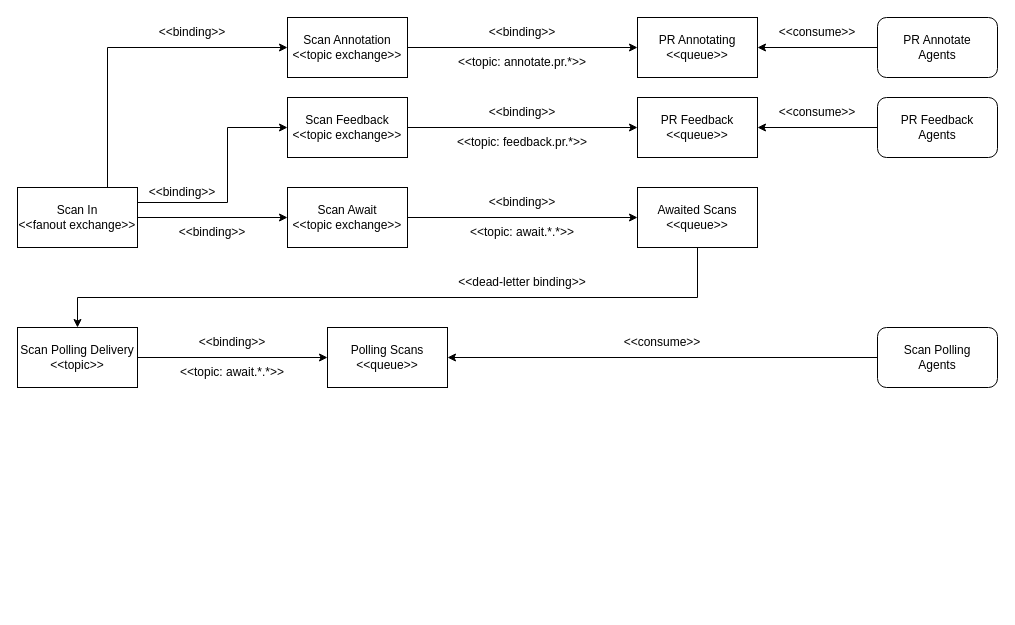
Earlier version of the draw.io diagram page "Queue" (3 of 6) of manual/graphics/cxoneflow-diagrams.drawio (checkmarx-ts/cxone-flow). Source tidied: cells renumbered, new cells numbered last; positions are measured from the earlier drawing's top-left corner, leaving out a move shared by most shapes. Both pictures are drawn from the tidied source at 100%, with x=0, y=0 at pixel (17, 17).
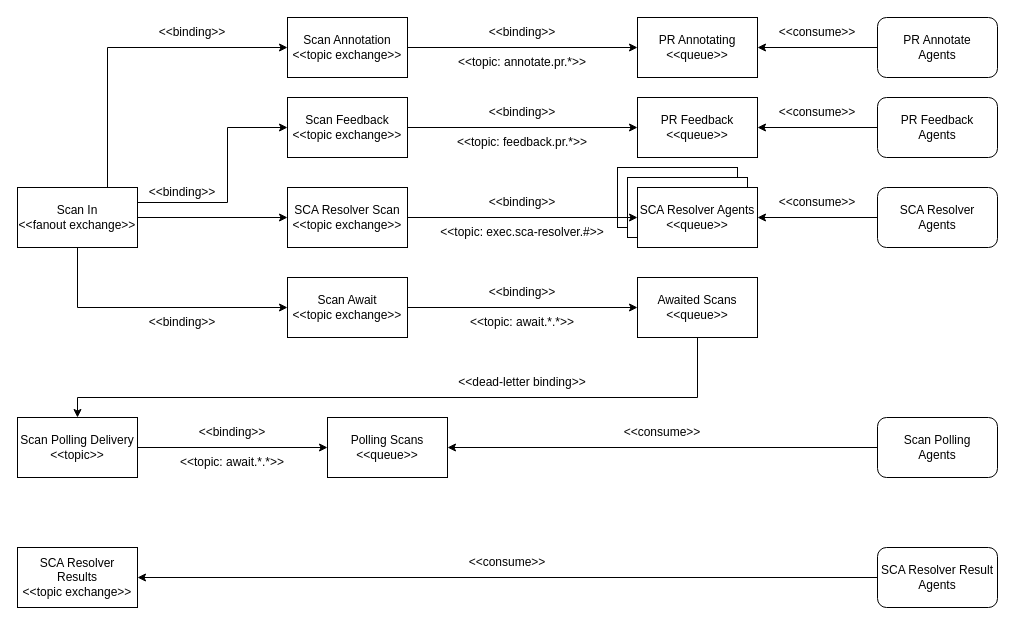
After the change.

Commit message:
update queue design

The change refers to these unchanged cells:
```xml
<mxCell id="3" value="Scan In&lt;div&gt;&amp;lt;&amp;lt;fanout exchange&amp;gt;&amp;gt;&lt;/div&gt;" style="rounded=0;whiteSpace=wrap;html=1;" parent="1" vertex="1">
  <mxGeometry y="170" width="120" height="60" as="geometry" />
</mxCell>
```

What changed in the source:
```diff
@@
+    <mxCell id="40" style="rounded=0;whiteSpace=wrap;html=1;" parent="1" vertex="1">
+      <mxGeometry x="600" y="150" width="120" height="60" as="geometry" />
+    </mxCell>
+    <mxCell id="41" style="rounded=0;whiteSpace=wrap;html=1;" parent="1" vertex="1">
+      <mxGeometry x="610" y="160" width="120" height="60" as="geometry" />
+    </mxCell>
     <mxCell id="2" value="&lt;div&gt;&lt;span style=&quot;background-color: initial;&quot;&gt;&amp;lt;&amp;lt;topic: await.*.*&amp;gt;&amp;gt;&lt;/span&gt;&lt;br&gt;&lt;/div&gt;" style="text;html=1;align=center;verticalAlign=middle;whiteSpace=wrap;rounded=0;" parent="1" vertex="1">
-      <mxGeometry x="390" y="200" width="230" height="30" as="geometry" />
+      <mxGeometry x="390" y="290" width="230" height="30" as="geometry" />
     </mxCell>
@@
     <mxCell id="4" value="Scan Await&lt;div&gt;&amp;lt;&amp;lt;topic exchange&amp;gt;&amp;gt;&lt;/div&gt;" style="rounded=0;whiteSpace=wrap;html=1;" parent="1" vertex="1">
-      <mxGeometry x="270" y="170" width="120" height="60" as="geometry" />
+      <mxGeometry x="270" y="260" width="120" height="60" as="geometry" />
     </mxCell>
     <mxCell id="5" value="Scan Polling Delivery&lt;div&gt;&amp;lt;&amp;lt;topic&amp;gt;&amp;gt;&lt;/div&gt;" style="rounded=0;whiteSpace=wrap;html=1;" parent="1" vertex="1">
-      <mxGeometry y="310" width="120" height="60" as="geometry" />
+      <mxGeometry y="400" width="120" height="60" as="geometry" />
     </mxCell>
-    <mxCell id="6" style="endArrow=classic;html=1;rounded=0;entryX=0;entryY=0.5;entryDx=0;entryDy=0;exitX=1;exitY=0.5;exitDx=0;exitDy=0;" parent="1" edge="1" source="3" target="4">
-      <mxGeometry relative="1" as="geometry" />
+    <mxCell id="6" style="endArrow=classic;html=1;rounded=0;entryX=0;entryY=0.5;entryDx=0;entryDy=0;exitX=0.5;exitY=1;exitDx=0;exitDy=0;" parent="1" edge="1" source="3" target="4">
+      <mxGeometry relative="1" as="geometry">
+        <Array as="points">
+          <mxPoint x="60" y="290" />
+        </Array>
+      </mxGeometry>
     </mxCell>
     <mxCell id="7" value="Polling Scans&lt;div&gt;&amp;lt;&amp;lt;queue&amp;gt;&amp;gt;&lt;/div&gt;" style="rounded=0;whiteSpace=wrap;html=1;" parent="1" vertex="1">
-      <mxGeometry x="310" y="310" width="120" height="60" as="geometry" />
+      <mxGeometry x="310" y="400" width="120" height="60" as="geometry" />
     </mxCell>
     <mxCell id="8" value="Awaited Scans&lt;div&gt;&amp;lt;&amp;lt;queue&amp;gt;&amp;gt;&lt;/div&gt;" style="rounded=0;whiteSpace=wrap;html=1;" parent="1" vertex="1">
-      <mxGeometry x="620" y="170" width="120" height="60" as="geometry" />
+      <mxGeometry x="620" y="260" width="120" height="60" as="geometry" />
     </mxCell>
     <mxCell id="9" value="&amp;lt;&amp;lt;binding&amp;gt;&amp;gt;" style="text;html=1;align=center;verticalAlign=middle;whiteSpace=wrap;rounded=0;" parent="1" vertex="1">
-      <mxGeometry x="120" y="200" width="150" height="30" as="geometry" />
+      <mxGeometry x="60" y="290" width="210" height="30" as="geometry" />
     </mxCell>
@@
     <mxCell id="11" value="&amp;lt;&amp;lt;binding&amp;gt;&amp;gt;" style="text;html=1;align=center;verticalAlign=middle;whiteSpace=wrap;rounded=0;" parent="1" vertex="1">
-      <mxGeometry x="390" y="170" width="230" height="30" as="geometry" />
+      <mxGeometry x="390" y="260" width="230" height="30" as="geometry" />
     </mxCell>
     <mxCell id="12" style="endArrow=classic;html=1;rounded=0;exitX=0.5;exitY=1;exitDx=0;exitDy=0;entryX=0.5;entryY=0;entryDx=0;entryDy=0;" parent="1" edge="1" source="8" target="5">
       <mxGeometry relative="1" as="geometry">
         <Array as="points">
-          <mxPoint x="680" y="280" />
-          <mxPoint x="60" y="280" />
+          <mxPoint x="680" y="380" />
+          <mxPoint x="60" y="380" />
         </Array>
       </mxGeometry>
     </mxCell>
     <mxCell id="13" value="&amp;lt;&amp;lt;dead-letter binding&amp;gt;&amp;gt;" style="text;html=1;align=center;verticalAlign=middle;whiteSpace=wrap;rounded=0;" parent="1" vertex="1">
-      <mxGeometry x="390" y="250" width="230" height="30" as="geometry" />
+      <mxGeometry x="390" y="350" width="230" height="30" as="geometry" />
     </mxCell>
@@
     <mxCell id="15" value="&amp;lt;&amp;lt;binding&amp;gt;&amp;gt;" style="text;html=1;align=center;verticalAlign=middle;whiteSpace=wrap;rounded=0;" parent="1" vertex="1">
-      <mxGeometry x="120" y="310" width="190" height="30" as="geometry" />
+      <mxGeometry x="120" y="400" width="190" height="30" as="geometry" />
     </mxCell>
     <mxCell id="16" value="&lt;div&gt;&lt;span style=&quot;background-color: initial;&quot;&gt;&amp;lt;&amp;lt;topic: await.*.*&amp;gt;&amp;gt;&lt;/span&gt;&lt;br&gt;&lt;/div&gt;" style="text;html=1;align=center;verticalAlign=middle;whiteSpace=wrap;rounded=0;" parent="1" vertex="1">
-      <mxGeometry x="120" y="340" width="190" height="30" as="geometry" />
+      <mxGeometry x="120" y="430" width="190" height="30" as="geometry" />
     </mxCell>
     <mxCell id="17" value="Scan Polling&lt;div&gt;Agents&lt;/div&gt;" style="rounded=1;whiteSpace=wrap;html=1;" parent="1" vertex="1">
-      <mxGeometry x="860" y="310" width="120" height="60" as="geometry" />
+      <mxGeometry x="860" y="400" width="120" height="60" as="geometry" />
     </mxCell>
@@
     <mxCell id="19" value="&amp;lt;&amp;lt;consume&amp;gt;&amp;gt;" style="text;html=1;align=center;verticalAlign=middle;whiteSpace=wrap;rounded=0;" parent="1" vertex="1">
-      <mxGeometry x="430" y="310" width="430" height="30" as="geometry" />
+      <mxGeometry x="430" y="400" width="430" height="30" as="geometry" />
     </mxCell>
@@
+    <mxCell id="42" value="SCA Resolver Scan&lt;div&gt;&amp;lt;&amp;lt;topic exchange&amp;gt;&amp;gt;&lt;/div&gt;" style="rounded=0;whiteSpace=wrap;html=1;" parent="1" vertex="1">
+      <mxGeometry x="270" y="170" width="120" height="60" as="geometry" />
+    </mxCell>
+    <mxCell id="43" value="SCA Resolver Results&lt;div&gt;&amp;lt;&amp;lt;topic exchange&amp;gt;&amp;gt;&lt;/div&gt;" style="rounded=0;whiteSpace=wrap;html=1;" parent="1" vertex="1">
+      <mxGeometry y="530" width="120" height="60" as="geometry" />
+    </mxCell>
+    <mxCell id="44" value="SCA Resolver Agents&lt;div&gt;&amp;lt;&amp;lt;queue&amp;gt;&amp;gt;&lt;/div&gt;" style="rounded=0;whiteSpace=wrap;html=1;" parent="1" vertex="1">
+      <mxGeometry x="620" y="170" width="120" height="60" as="geometry" />
+    </mxCell>
+    <mxCell id="45" value="SCA Resolver&lt;div&gt;Agents&lt;/div&gt;" style="rounded=1;whiteSpace=wrap;html=1;" parent="1" vertex="1">
+      <mxGeometry x="860" y="170" width="120" height="60" as="geometry" />
+    </mxCell>
+    <mxCell id="46" value="&amp;lt;&amp;lt;consume&amp;gt;&amp;gt;" style="text;html=1;align=center;verticalAlign=middle;whiteSpace=wrap;rounded=0;" parent="1" vertex="1">
+      <mxGeometry x="740" y="170" width="120" height="30" as="geometry" />
+    </mxCell>
+    <mxCell id="47" style="endArrow=classic;html=1;rounded=0;exitX=0;exitY=0.5;exitDx=0;exitDy=0;" parent="1" edge="1" source="45">
+      <mxGeometry relative="1" as="geometry">
+        <mxPoint x="740" y="200" as="targetPoint" />
+      </mxGeometry>
+    </mxCell>
+    <mxCell id="48" style="endArrow=classic;html=1;rounded=0;entryX=0;entryY=0.5;entryDx=0;entryDy=0;exitX=1;exitY=0.5;exitDx=0;exitDy=0;" parent="1" edge="1" source="3" target="42">
+      <mxGeometry relative="1" as="geometry" />
+    </mxCell>
+    <mxCell id="49" style="endArrow=classic;html=1;rounded=0;entryX=0;entryY=0.5;entryDx=0;entryDy=0;exitX=1;exitY=0.5;exitDx=0;exitDy=0;" parent="1" edge="1" source="42" target="44">
+      <mxGeometry relative="1" as="geometry" />
+    </mxCell>
+    <mxCell id="50" value="&amp;lt;&amp;lt;binding&amp;gt;&amp;gt;" style="text;html=1;align=center;verticalAlign=middle;whiteSpace=wrap;rounded=0;" parent="1" vertex="1">
+      <mxGeometry x="390" y="170" width="230" height="30" as="geometry" />
+    </mxCell>
+    <mxCell id="51" value="&lt;div&gt;&lt;span style=&quot;background-color: initial;&quot;&gt;&amp;lt;&amp;lt;topic: exec.sca-resolver.#&amp;gt;&amp;gt;&lt;/span&gt;&lt;br&gt;&lt;/div&gt;" style="text;html=1;align=center;verticalAlign=middle;whiteSpace=wrap;rounded=0;" parent="1" vertex="1">
+      <mxGeometry x="390" y="200" width="230" height="30" as="geometry" />
+    </mxCell>
+    <mxCell id="52" value="SCA Resolver Result Agents" style="rounded=1;whiteSpace=wrap;html=1;" parent="1" vertex="1">
+      <mxGeometry x="860" y="530" width="120" height="60" as="geometry" />
+    </mxCell>
+    <mxCell id="53" style="endArrow=classic;html=1;rounded=0;entryX=1;entryY=0.5;entryDx=0;entryDy=0;exitX=0;exitY=0.5;exitDx=0;exitDy=0;" parent="1" edge="1" source="52" target="43">
+      <mxGeometry relative="1" as="geometry" />
+    </mxCell>
+    <mxCell id="54" value="&amp;lt;&amp;lt;consume&amp;gt;&amp;gt;" style="text;html=1;align=center;verticalAlign=middle;whiteSpace=wrap;rounded=0;" parent="1" vertex="1">
+      <mxGeometry x="120" y="530" width="740" height="30" as="geometry" />
+    </mxCell>
```
